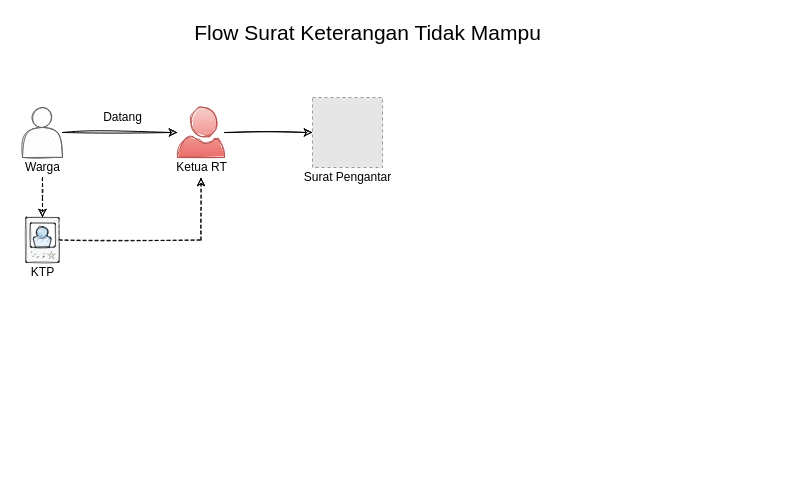
Above: Flow Chart MasAPp.drawio in arifinriski/fullstack_challenge (draw.io), before the change. Source tidied: cells renumbered, new cells numbered last; positions are measured from the earlier drawing's top-left corner, leaving out a move shared by most shapes. Both pictures are drawn from the tidied source at 100%, with x=0, y=0 at pixel (17, 17). Pictures stored in the file or linked from it are replaced by grey dashed boxes.
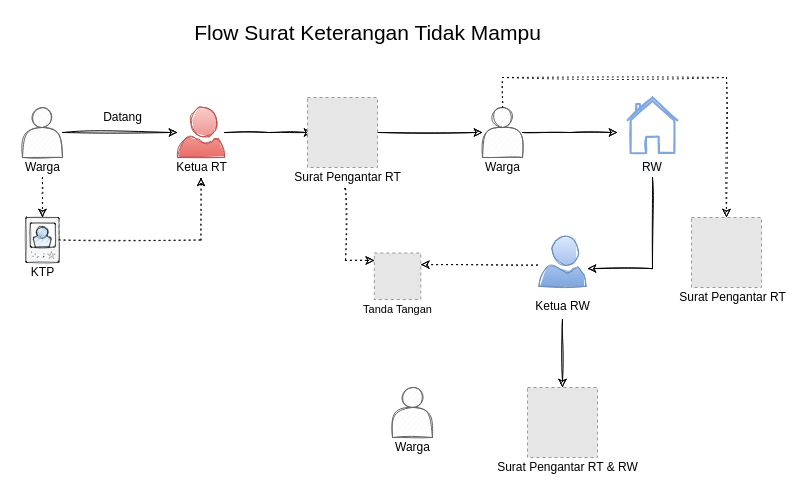
After the change.

Diff of the diagram source:
```diff
@@
-    <mxCell id="3" style="shape=actor;whiteSpace=wrap;html=1;fillColor=#f5f5f5;strokeColor=#666666;fontColor=#333333;sketch=1;" parent="1" vertex="1">
-      <mxGeometry x="5" y="90" width="40" height="50" as="geometry" />
-    </mxCell>
-    <mxCell id="4" style="edgeStyle=orthogonalEdgeStyle;rounded=0;sketch=1;jettySize=auto;html=1;dashed=1;" parent="1" edge="1" source="5" target="13">
+    <mxCell id="4" style="edgeStyle=orthogonalEdgeStyle;rounded=0;sketch=1;jettySize=auto;html=1;dashed=1;dashPattern=1 4;" parent="1" edge="1" source="5" target="13">
       <mxGeometry relative="1" as="geometry" />
     </mxCell>
-    <mxCell id="5" value="Warga" style="text;html=1;align=center;verticalAlign=middle;points=[];sketch=1;" parent="1" vertex="1">
-      <mxGeometry y="140" width="50" height="20" as="geometry" />
-    </mxCell>
@@
-    <mxCell id="7" style="edgeStyle=orthogonalEdgeStyle;rounded=0;sketch=1;jettySize=auto;html=1;" parent="1" edge="1" source="8" target="11">
-      <mxGeometry relative="1" as="geometry" />
+    <mxCell id="7" style="edgeStyle=orthogonalEdgeStyle;rounded=0;sketch=1;jettySize=auto;html=1;" parent="1" edge="1" source="8">
+      <mxGeometry relative="1" as="geometry">
+        <mxPoint x="295" y="115" as="targetPoint" />
+      </mxGeometry>
     </mxCell>
+    <mxCell id="10" value="Datang" style="text;html=1;align=center;verticalAlign=middle;fontSize=12;sketch=1;" parent="1" vertex="1">
+      <mxGeometry x="80" y="90" width="50" height="20" as="geometry" />
+    </mxCell>
+    <mxCell id="16" style="edgeStyle=orthogonalEdgeStyle;rounded=0;sketch=1;jettySize=auto;html=1;" parent="1" edge="1" source="31" target="19">
+      <mxGeometry relative="1" as="geometry" />
+    </mxCell>
+    <mxCell id="12" style="edgeStyle=orthogonalEdgeStyle;rounded=0;sketch=1;jettySize=auto;html=1;dashed=1;dashPattern=1 4;" parent="1" edge="1" source="13" target="9">
+      <mxGeometry relative="1" as="geometry" />
+    </mxCell>
+    <mxCell id="17" style="edgeStyle=orthogonalEdgeStyle;rounded=0;sketch=1;jettySize=auto;html=1;dashed=1;dashPattern=1 4;exitX=0.475;exitY=1.064;exitDx=0;exitDy=0;exitPerimeter=0;" parent="1" edge="1" source="15" target="33">
+      <mxGeometry relative="1" as="geometry">
+        <Array as="points">
+          <mxPoint x="328" y="243" />
+        </Array>
+      </mxGeometry>
+    </mxCell>
+    <mxCell id="18" style="group;" parent="1" vertex="1">
+      <mxGeometry x="460" y="90" width="50" height="70" as="geometry" />
+    </mxCell>
+    <mxCell id="19" style="shape=actor;whiteSpace=wrap;html=1;fillColor=#f5f5f5;strokeColor=#666666;fontColor=#333333;sketch=1;" parent="18" vertex="1">
+      <mxGeometry x="5" width="40" height="50" as="geometry" />
+    </mxCell>
+    <mxCell id="20" value="Warga" style="text;html=1;align=center;verticalAlign=middle;sketch=1;" parent="18" vertex="1">
+      <mxGeometry y="50" width="50" height="20" as="geometry" />
+    </mxCell>
+    <mxCell id="21" style="group;" parent="1" vertex="1">
+      <mxGeometry y="90" width="50" height="70" as="geometry" />
+    </mxCell>
+    <mxCell id="3" style="shape=actor;whiteSpace=wrap;html=1;fillColor=#f5f5f5;strokeColor=#666666;fontColor=#333333;sketch=1;" parent="21" vertex="1">
+      <mxGeometry x="5" width="40" height="50" as="geometry" />
+    </mxCell>
+    <mxCell id="5" value="Warga" style="text;html=1;align=center;verticalAlign=middle;points=[];sketch=1;" parent="21" vertex="1">
+      <mxGeometry y="50" width="50" height="20" as="geometry" />
+    </mxCell>
+    <mxCell id="22" style="edgeStyle=orthogonalEdgeStyle;rounded=0;sketch=1;jettySize=auto;html=1;" parent="1" edge="1" source="19">
+      <mxGeometry relative="1" as="geometry">
+        <mxPoint x="600" y="115" as="targetPoint" />
+      </mxGeometry>
+    </mxCell>
+    <mxCell id="23" style="group;" parent="1" vertex="1">
+      <mxGeometry x="510" y="228.8" width="70" height="70" as="geometry" />
+    </mxCell>
+    <mxCell id="24" style="shadow=0;dashed=0;html=1;strokeColor=#6c8ebf;labelPosition=center;verticalLabelPosition=bottom;verticalAlign=top;align=center;fillColor=#dae8fc;shape=mxgraph.azure.user;fontSize=21;sketch=1;gradientColor=#7EA6E0;" parent="23" vertex="1">
+      <mxGeometry x="11.5" y="-10" width="47" height="50" as="geometry" />
+    </mxCell>
+    <mxCell id="25" value="&lt;font style=&quot;font-size: 12px&quot;&gt;Ketua RW&lt;/font&gt;" style="text;html=1;align=center;verticalAlign=middle;fontSize=12;strokeWidth=1;sketch=1;" parent="23" vertex="1">
+      <mxGeometry y="50" width="70" height="20" as="geometry" />
+    </mxCell>
+    <mxCell id="26" style="rounded=0;sketch=1;jettySize=auto;html=1;entryX=1;entryY=0.25;entryDx=0;entryDy=0;dashed=1;dashPattern=1 4;exitX=-0.032;exitY=0.575;exitDx=0;exitDy=0;exitPerimeter=0;" parent="1" edge="1" source="24" target="33">
+      <mxGeometry relative="1" as="geometry" />
+    </mxCell>
+    <mxCell id="27" style="group;" parent="1" vertex="1">
+      <mxGeometry x="660" y="200" width="110" height="90" as="geometry" />
+    </mxCell>
+    <mxCell id="28" value="Surat Pengantar RT" style="text;html=1;align=center;verticalAlign=middle;" parent="27" vertex="1">
+      <mxGeometry x="-5" y="70" width="120" height="20" as="geometry" />
+    </mxCell>
+    <mxCell id="29" style="fillColor=#E6E6E6;strokeColor=#999999;dashed=1;html=1;verticalAlign=top;verticalLabelPosition=bottom;labelBackgroundColor=#ffffff;" parent="27" vertex="1">
+      <mxGeometry x="14" width="70" height="70" as="geometry" />
+    </mxCell>
+    <mxCell id="30" style="group;" parent="1" vertex="1">
+      <mxGeometry x="280" y="80" width="110" height="90" as="geometry" />
+    </mxCell>
+    <mxCell id="15" value="Surat Pengantar RT" style="text;html=1;align=center;verticalAlign=middle;points=[];" parent="30" vertex="1">
+      <mxGeometry x="-10" y="70" width="120" height="20" as="geometry" />
+    </mxCell>
+    <mxCell id="31" style="fillColor=#E6E6E6;strokeColor=#999999;dashed=1;html=1;verticalAlign=top;verticalLabelPosition=bottom;labelBackgroundColor=#ffffff;" parent="30" vertex="1">
+      <mxGeometry x="10" width="70" height="70" as="geometry" />
+    </mxCell>
+    <mxCell id="32" style="group;" parent="1" vertex="1">
+      <mxGeometry x="340" y="235.5" width="80" height="66.5" as="geometry" />
+    </mxCell>
+    <mxCell id="33" style="fillColor=#E6E6E6;strokeColor=#999999;dashed=1;html=1;verticalAlign=top;verticalLabelPosition=bottom;labelBackgroundColor=#ffffff;" parent="32" vertex="1">
+      <mxGeometry x="16.8" width="46.5" height="46.5" as="geometry" />
+    </mxCell>
+    <mxCell id="34" value="&lt;font style=&quot;font-size: 11px&quot;&gt;Tanda Tangan&lt;/font&gt;" style="text;html=1;align=center;verticalAlign=middle;" parent="32" vertex="1">
+      <mxGeometry y="46.5" width="80" height="20" as="geometry" />
+    </mxCell>
+    <mxCell id="35" style="group;" parent="1" vertex="1">
+      <mxGeometry x="148.5" y="90" width="70" height="70" as="geometry" />
+    </mxCell>
-    <mxCell id="8" style="shadow=0;dashed=0;html=1;strokeColor=#b85450;labelPosition=center;verticalLabelPosition=bottom;verticalAlign=top;align=center;fillColor=#f8cecc;shape=mxgraph.azure.user;fontSize=21;gradientColor=#ea6b66;sketch=1;" parent="1" vertex="1">
-      <mxGeometry x="160" y="90" width="47" height="50" as="geometry" />
+    <mxCell id="8" style="shadow=0;dashed=0;html=1;strokeColor=#b85450;labelPosition=center;verticalLabelPosition=bottom;verticalAlign=top;align=center;fillColor=#f8cecc;shape=mxgraph.azure.user;fontSize=21;gradientColor=#ea6b66;sketch=1;" parent="35" vertex="1">
+      <mxGeometry x="11.5" width="47" height="50" as="geometry" />
     </mxCell>
-    <mxCell id="9" value="&lt;font style=&quot;font-size: 12px;&quot;&gt;Ketua RT&lt;/font&gt;" style="text;html=1;align=center;verticalAlign=middle;points=[];fontSize=12;strokeWidth=1;sketch=1;" parent="1" vertex="1">
-      <mxGeometry x="148.5" y="140" width="70" height="20" as="geometry" />
+    <mxCell id="9" value="&lt;font style=&quot;font-size: 12px;&quot;&gt;Ketua RT&lt;/font&gt;" style="text;html=1;align=center;verticalAlign=middle;points=[];fontSize=12;strokeWidth=1;sketch=1;" parent="35" vertex="1">
+      <mxGeometry y="50" width="70" height="20" as="geometry" />
     </mxCell>
-    <mxCell id="10" value="Datang" style="text;html=1;align=center;verticalAlign=middle;fontSize=12;sketch=1;" parent="1" vertex="1">
-      <mxGeometry x="80" y="90" width="50" height="20" as="geometry" />
-    </mxCell>
-    <mxCell id="11" style="fillColor=#E6E6E6;strokeColor=#999999;dashed=1;html=1;verticalAlign=top;verticalLabelPosition=bottom;labelBackgroundColor=#ffffff;" parent="1" vertex="1">
-      <mxGeometry x="295" y="80" width="70" height="70" as="geometry" />
-    </mxCell>
-    <mxCell id="12" style="edgeStyle=orthogonalEdgeStyle;rounded=0;sketch=1;jettySize=auto;html=1;dashed=1;" parent="1" edge="1" source="13" target="9">
-      <mxGeometry relative="1" as="geometry" />
-    </mxCell>
+    <mxCell id="36" style="group;" parent="1" vertex="1">
+      <mxGeometry x="5" y="200" width="40" height="65" as="geometry" />
+    </mxCell>
-    <mxCell id="13" style="verticalLabelPosition=bottom;html=1;verticalAlign=top;strokeColor=none;align=center;outlineConnect=0;shape=mxgraph.citrix.access_card;sketch=1;" parent="1" vertex="1">
-      <mxGeometry x="8.3" y="200" width="33.3" height="45" as="geometry" />
+    <mxCell id="13" style="verticalLabelPosition=bottom;html=1;verticalAlign=top;strokeColor=none;align=center;outlineConnect=0;shape=mxgraph.citrix.access_card;sketch=1;" parent="36" vertex="1">
+      <mxGeometry x="3.3" width="33.3" height="45" as="geometry" />
     </mxCell>
-    <mxCell id="14" value="KTP" style="text;html=1;align=center;verticalAlign=middle;" parent="1" vertex="1">
-      <mxGeometry x="5" y="245" width="40" height="20" as="geometry" />
+    <mxCell id="14" value="KTP" style="text;html=1;align=center;verticalAlign=middle;" parent="36" vertex="1">
+      <mxGeometry y="45" width="40" height="20" as="geometry" />
     </mxCell>
-    <mxCell id="15" value="Surat Pengantar" style="text;html=1;align=center;verticalAlign=middle;points=[];" parent="1" vertex="1">
-      <mxGeometry x="280" y="150" width="100" height="20" as="geometry" />
-    </mxCell>
+    <mxCell id="37" style="rounded=0;sketch=1;jettySize=auto;html=1;entryX=0.5;entryY=0;entryDx=0;entryDy=0;" parent="1" edge="1" target="41">
+      <mxGeometry relative="1" as="geometry">
+        <mxPoint x="545" y="302" as="sourcePoint" />
+      </mxGeometry>
+    </mxCell>
+    <mxCell id="38" style="edgeStyle=orthogonalEdgeStyle;rounded=0;sketch=1;jettySize=auto;html=1;entryX=1.032;entryY=0.645;entryDx=0;entryDy=0;entryPerimeter=0;exitX=0.5;exitY=1;exitDx=0;exitDy=0;" parent="1" edge="1" source="44" target="24">
+      <mxGeometry relative="1" as="geometry">
+        <Array as="points">
+          <mxPoint x="635" y="251" />
+        </Array>
+      </mxGeometry>
+    </mxCell>
+    <mxCell id="39" style="group;" parent="1" vertex="1">
+      <mxGeometry x="470" y="370" width="160" height="90" as="geometry" />
+    </mxCell>
+    <mxCell id="40" value="Surat Pengantar RT &amp;amp; RW" style="text;html=1;align=center;verticalAlign=middle;" parent="39" vertex="1">
+      <mxGeometry y="70" width="160" height="20" as="geometry" />
+    </mxCell>
+    <mxCell id="41" style="fillColor=#E6E6E6;strokeColor=#999999;dashed=1;html=1;verticalAlign=top;verticalLabelPosition=bottom;labelBackgroundColor=#ffffff;" parent="39" vertex="1">
+      <mxGeometry x="40" width="70" height="70" as="geometry" />
+    </mxCell>
+    <mxCell id="42" style="group;" parent="1" vertex="1">
+      <mxGeometry x="610" y="80" width="50" height="80" as="geometry" />
+    </mxCell>
+    <mxCell id="43" style="html=1;verticalLabelPosition=bottom;align=center;labelBackgroundColor=#ffffff;verticalAlign=top;strokeWidth=2;shadow=0;dashed=0;shape=mxgraph.ios7.icons.home;sketch=1;strokeColor=#7EA6E0;" parent="42" vertex="1">
+      <mxGeometry width="50" height="55.5" as="geometry" />
+    </mxCell>
+    <mxCell id="44" value="&lt;span style=&quot;color: rgb(0, 0, 0); font-family: helvetica; font-size: 12px; font-style: normal; font-weight: 400; letter-spacing: normal; text-indent: 0px; text-transform: none; word-spacing: 0px; background-color: rgb(248, 249, 250); display: inline; float: none;&quot;&gt;RW&lt;/span&gt;" style="text;whiteSpace=wrap;html=1;align=center;verticalAlign=middle;" parent="42" vertex="1">
+      <mxGeometry y="60" width="50" height="20" as="geometry" />
+    </mxCell>
+    <mxCell id="45" style="edgeStyle=orthogonalEdgeStyle;rounded=0;sketch=1;jettySize=auto;html=1;dashed=1;dashPattern=1 4;exitX=0.5;exitY=0;exitDx=0;exitDy=0;" parent="1" edge="1" source="19" target="29">
+      <mxGeometry relative="1" as="geometry">
+        <Array as="points">
+          <mxPoint x="485" y="60" />
+          <mxPoint x="709" y="60" />
+        </Array>
+      </mxGeometry>
+    </mxCell>
+    <mxCell id="46" style="group;" parent="1" vertex="1">
+      <mxGeometry x="370" y="370" width="50" height="70" as="geometry" />
+    </mxCell>
+    <mxCell id="47" style="shape=actor;whiteSpace=wrap;html=1;fillColor=#f5f5f5;strokeColor=#666666;fontColor=#333333;sketch=1;" parent="46" vertex="1">
+      <mxGeometry x="5" width="40" height="50" as="geometry" />
+    </mxCell>
+    <mxCell id="48" value="Warga" style="text;html=1;align=center;verticalAlign=middle;sketch=1;" parent="46" vertex="1">
+      <mxGeometry y="50" width="50" height="20" as="geometry" />
+    </mxCell>
```
